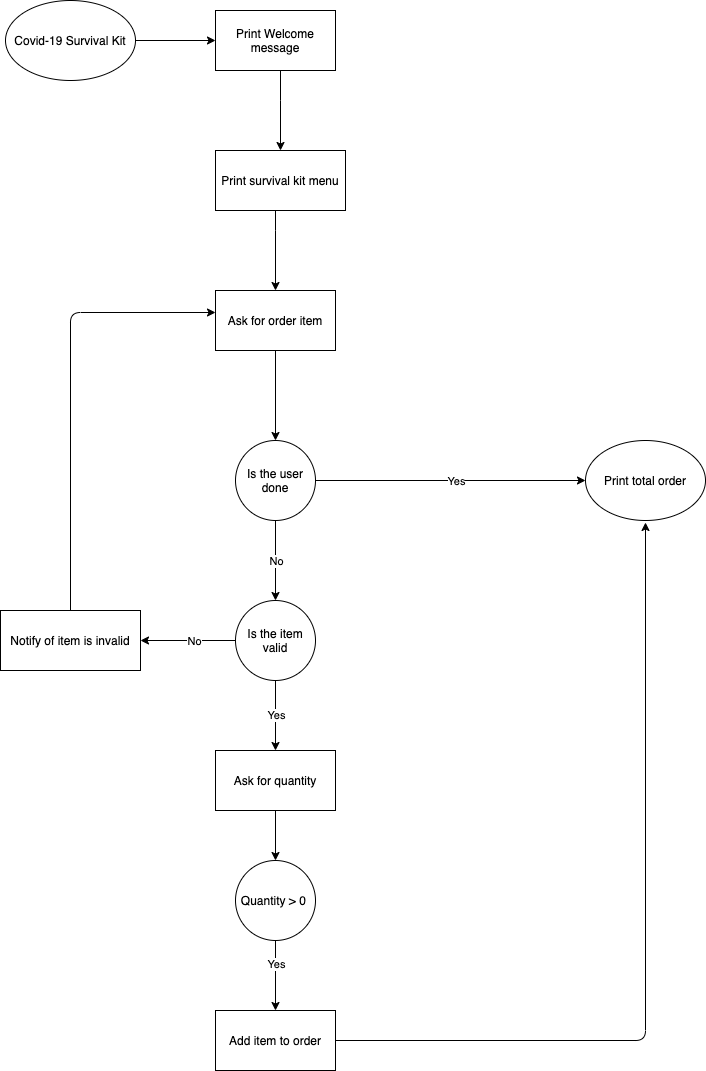
This is Covid-19 Flowchart.png from Sajith14/covid_survival_kit, a draw.io export, as it was before one commit. Source tidied: cells renumbered, new cells last; positions are measured from the earlier drawing's top-left corner, leaving out a move shared by most shapes.
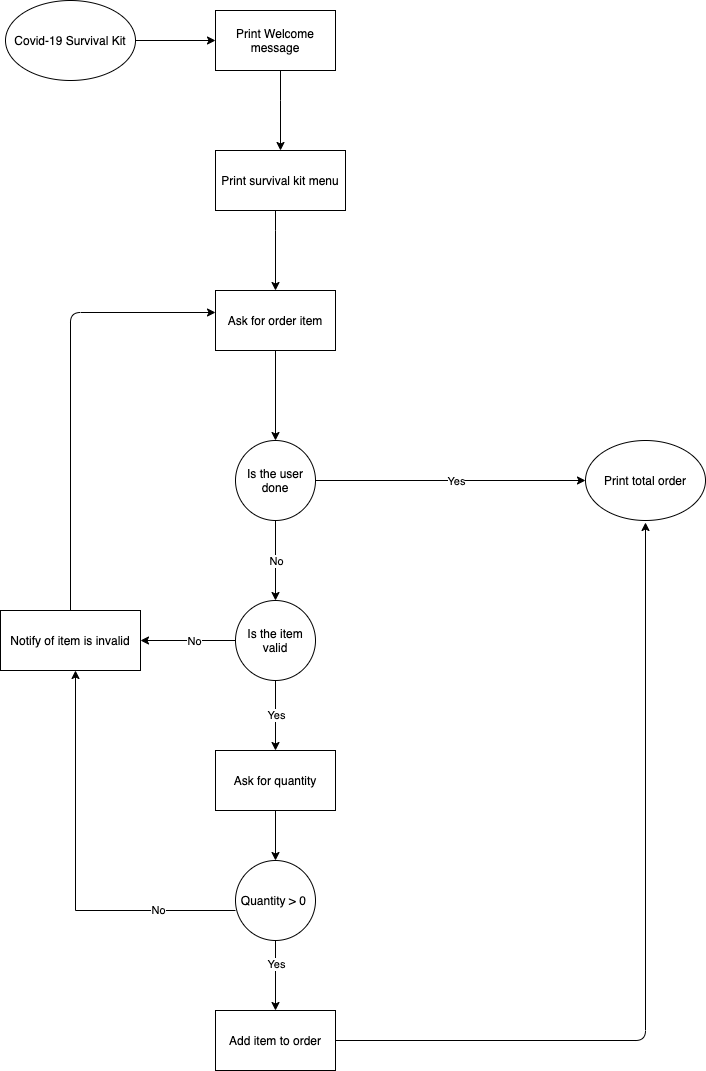
Above is the later version.

Change to the diagram source:
```diff
@@ -114,5 +114,20 @@
         </Array>
       </mxGeometry>
     </mxCell>
+    <mxCell id="30" style="endArrow=classic;html=1;" parent="1" edge="1">
+      <mxGeometry relative="1" as="geometry">
+        <mxPoint x="75" y="910" as="sourcePoint" />
+        <mxPoint x="75" y="670" as="targetPoint" />
+      </mxGeometry>
+    </mxCell>
+    <mxCell id="31" style="endArrow=none;html=1;" parent="1" edge="1">
+      <mxGeometry relative="1" as="geometry">
+        <mxPoint x="75" y="910" as="sourcePoint" />
+        <mxPoint x="235" y="910" as="targetPoint" />
+      </mxGeometry>
+    </mxCell>
+    <mxCell id="32" value="No" style="edgeLabel;html=1;align=center;verticalAlign=middle;" parent="31" vertex="1">
+      <mxGeometry x="0.03" y="1" relative="1" as="geometry" />
+    </mxCell>
   </root>
 </mxGraphModel>
```
